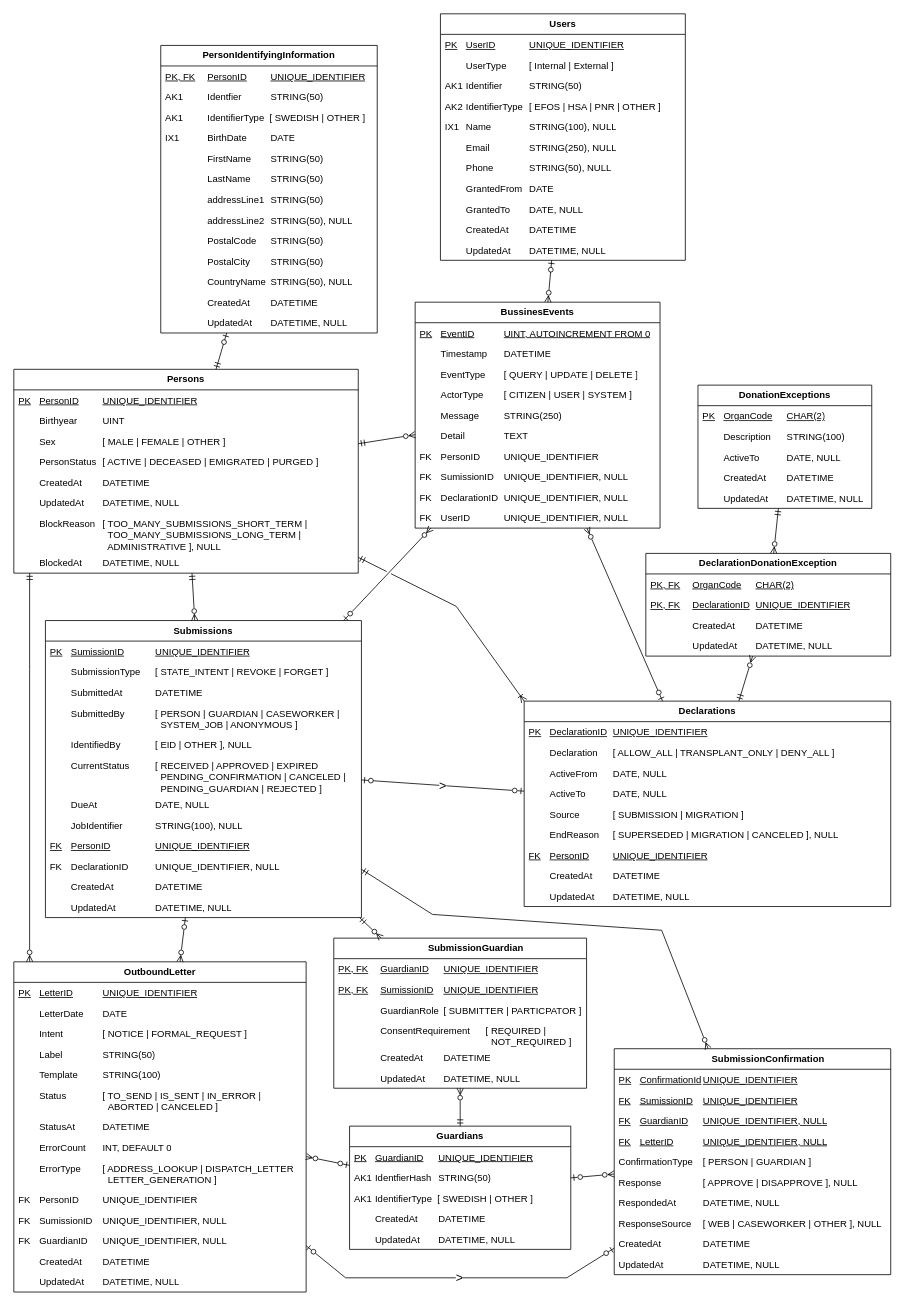
This is page "Stående Logisk modell" (8 of 9) of Donationsregister.drawio from bhagqvist-consid/ICD11, a draw.io file, before an edit. Source tidied: cells renumbered, new cells numbered last; positions are measured from the earlier drawing's top-left corner, leaving out a move shared by most shapes. Both pictures are drawn from the tidied source at 79%, with x=0, y=0 at pixel (13, 13).
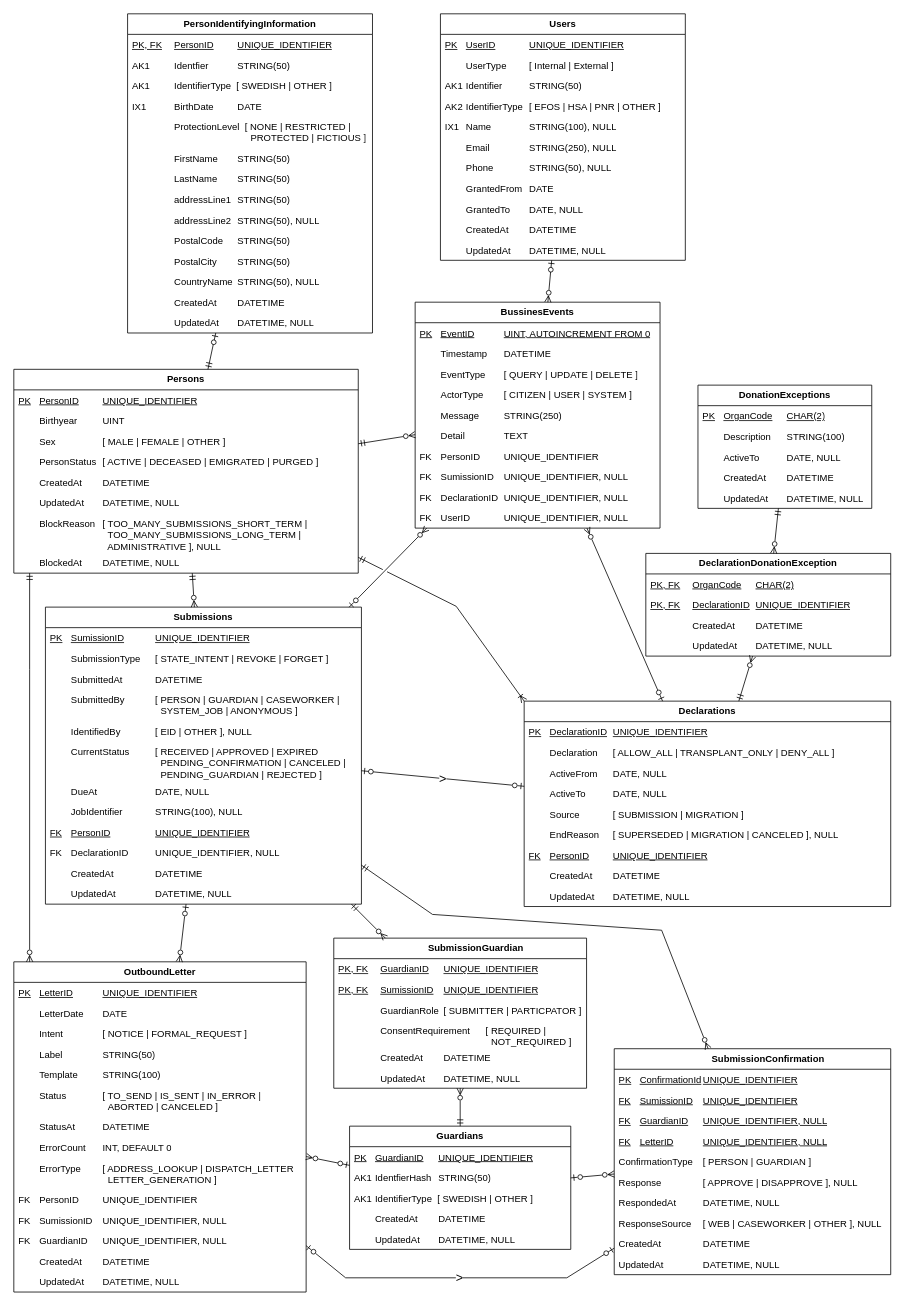
The same diagram, later.

Diff of the diagram source:
```diff
@@
     <mxCell id="11" value="Submissions" style="swimlane;fontStyle=1;horizontal=1;startSize=26;fillColor=none;whiteSpace=wrap;html=1;" parent="1" vertex="1">
-      <mxGeometry x="40" y="768" width="400" height="376" as="geometry" />
+      <mxGeometry x="40" y="751" width="400" height="376" as="geometry" />
     </mxCell>
@@
     <mxCell id="34" value="PersonIdentifyingInformation" style="swimlane;fontStyle=1;horizontal=1;startSize=26;fillColor=none;whiteSpace=wrap;html=1;" parent="1" vertex="1">
-      <mxGeometry x="186" y="40" width="274" height="364" as="geometry" />
+      <mxGeometry x="144" width="310" height="404" as="geometry" />
     </mxCell>
     <mxCell id="35" value="PK, FK&lt;span style=&quot;white-space: pre;&quot;&gt;&#9;&lt;/span&gt;PersonID&lt;span style=&quot;white-space: pre;&quot;&gt;&#9;&lt;/span&gt;&lt;span style=&quot;white-space: pre;&quot;&gt;&#9;&lt;/span&gt;UNIQUE_IDENTIFIER" style="text;strokeColor=none;fillColor=none;align=left;verticalAlign=top;spacingLeft=4;spacingRight=4;overflow=hidden;whiteSpace=wrap;html=1;fontStyle=4;" parent="34" vertex="1">
-      <mxGeometry y="26" width="274" height="26" as="geometry" />
+      <mxGeometry y="26" width="310" height="26" as="geometry" />
     </mxCell>
     <mxCell id="36" value="AK1&lt;span style=&quot;white-space: pre;&quot;&gt;&#9;&lt;span style=&quot;white-space: pre;&quot;&gt;&#9;&lt;/span&gt;&lt;/span&gt;Identfier&lt;span style=&quot;white-space: pre;&quot;&gt;&#9;&lt;/span&gt;&lt;span style=&quot;white-space: pre;&quot;&gt;&#9;&lt;/span&gt;STRING(50)" style="text;strokeColor=none;fillColor=none;align=left;verticalAlign=top;spacingLeft=4;spacingRight=4;overflow=hidden;whiteSpace=wrap;html=1;" parent="34" vertex="1">
-      <mxGeometry y="52" width="274" height="26" as="geometry" />
+      <mxGeometry y="52" width="310" height="26" as="geometry" />
     </mxCell>
     <mxCell id="37" value="AK1&lt;span style=&quot;white-space: pre;&quot;&gt;&#9;&lt;span style=&quot;white-space: pre;&quot;&gt;&#9;&lt;/span&gt;&lt;/span&gt;IdentifierType&amp;nbsp; [ SWEDISH | OTHER ]" style="text;strokeColor=none;fillColor=none;align=left;verticalAlign=top;spacingLeft=4;spacingRight=4;overflow=hidden;whiteSpace=wrap;html=1;" parent="34" vertex="1">
-      <mxGeometry y="78" width="274" height="26" as="geometry" />
+      <mxGeometry y="78" width="310" height="26" as="geometry" />
     </mxCell>
     <mxCell id="38" value="IX1&lt;span style=&quot;white-space: pre;&quot;&gt;&#9;&lt;span style=&quot;white-space: pre;&quot;&gt;&#9;&lt;/span&gt;&lt;/span&gt;BirthDate&lt;span style=&quot;white-space: pre;&quot;&gt;&#9;&lt;/span&gt;&lt;span style=&quot;white-space: pre;&quot;&gt;&#9;&lt;/span&gt;DATE" style="text;strokeColor=none;fillColor=none;align=left;verticalAlign=top;spacingLeft=4;spacingRight=4;overflow=hidden;whiteSpace=wrap;html=1;" parent="34" vertex="1">
-      <mxGeometry y="104" width="274" height="26" as="geometry" />
+      <mxGeometry y="104" width="310" height="26" as="geometry" />
     </mxCell>
+    <mxCell id="139" value="&lt;span style=&quot;white-space: pre;&quot;&gt;&lt;span style=&quot;white-space: pre;&quot;&gt;&#9;&lt;/span&gt;&#9;&lt;/span&gt;ProtectionLevel&amp;nbsp; [ NONE | RESTRICTED |&amp;nbsp;&lt;div&gt;&amp;nbsp; &amp;nbsp; &amp;nbsp; &amp;nbsp; &amp;nbsp; &amp;nbsp; &amp;nbsp; &amp;nbsp; &amp;nbsp; &amp;nbsp; &amp;nbsp; &amp;nbsp; &amp;nbsp; &amp;nbsp; &amp;nbsp; &amp;nbsp; &amp;nbsp; &amp;nbsp; &amp;nbsp; &amp;nbsp; &amp;nbsp; &amp;nbsp; &amp;nbsp;PROTECTED | FICTIOUS ]&lt;/div&gt;" style="text;strokeColor=none;fillColor=none;align=left;verticalAlign=top;spacingLeft=4;spacingRight=4;overflow=hidden;whiteSpace=wrap;html=1;" parent="34" vertex="1">
+      <mxGeometry y="130" width="310" height="40" as="geometry" />
+    </mxCell>
     <mxCell id="39" value="&lt;span style=&quot;white-space: pre;&quot;&gt;&lt;span style=&quot;white-space: pre;&quot;&gt;&#9;&lt;/span&gt;&#9;&lt;/span&gt;FirstName&lt;span style=&quot;white-space: pre;&quot;&gt;&#9;&lt;/span&gt;STRING(50)" style="text;strokeColor=none;fillColor=none;align=left;verticalAlign=top;spacingLeft=4;spacingRight=4;overflow=hidden;whiteSpace=wrap;html=1;" parent="34" vertex="1">
-      <mxGeometry y="130" width="274" height="26" as="geometry" />
+      <mxGeometry y="170" width="310" height="26" as="geometry" />
     </mxCell>
     <mxCell id="40" value="&lt;span style=&quot;white-space: pre;&quot;&gt;&lt;span style=&quot;white-space: pre;&quot;&gt;&#9;&lt;/span&gt;&#9;&lt;/span&gt;LastName&lt;span style=&quot;white-space: pre;&quot;&gt;&#9;&lt;/span&gt;STRING(50)" style="text;strokeColor=none;fillColor=none;align=left;verticalAlign=top;spacingLeft=4;spacingRight=4;overflow=hidden;whiteSpace=wrap;html=1;" parent="34" vertex="1">
-      <mxGeometry y="156" width="274" height="26" as="geometry" />
+      <mxGeometry y="196" width="310" height="26" as="geometry" />
     </mxCell>
     <mxCell id="41" value="&lt;span style=&quot;white-space: pre;&quot;&gt;&lt;span style=&quot;white-space: pre;&quot;&gt;&#9;&lt;/span&gt;&#9;&lt;/span&gt;addressLine1&lt;span style=&quot;white-space: pre;&quot;&gt;&#9;&lt;/span&gt;STRING(50)" style="text;strokeColor=none;fillColor=none;align=left;verticalAlign=top;spacingLeft=4;spacingRight=4;overflow=hidden;whiteSpace=wrap;html=1;" parent="34" vertex="1">
-      <mxGeometry y="182" width="274" height="26" as="geometry" />
+      <mxGeometry y="222" width="310" height="26" as="geometry" />
     </mxCell>
     <mxCell id="42" value="&lt;span style=&quot;white-space: pre;&quot;&gt;&lt;span style=&quot;white-space: pre;&quot;&gt;&#9;&lt;/span&gt;&#9;&lt;/span&gt;addressLine2&lt;span style=&quot;white-space: pre;&quot;&gt;&#9;&lt;/span&gt;STRING(50), NULL" style="text;strokeColor=none;fillColor=none;align=left;verticalAlign=top;spacingLeft=4;spacingRight=4;overflow=hidden;whiteSpace=wrap;html=1;" parent="34" vertex="1">
-      <mxGeometry y="208" width="274" height="26" as="geometry" />
+      <mxGeometry y="248" width="310" height="26" as="geometry" />
     </mxCell>
     <mxCell id="43" value="&lt;span style=&quot;white-space: pre;&quot;&gt;&lt;span style=&quot;white-space: pre;&quot;&gt;&#9;&lt;/span&gt;&#9;&lt;/span&gt;PostalCode&lt;span style=&quot;white-space: pre;&quot;&gt;&#9;&lt;/span&gt;STRING(50)" style="text;strokeColor=none;fillColor=none;align=left;verticalAlign=top;spacingLeft=4;spacingRight=4;overflow=hidden;whiteSpace=wrap;html=1;" parent="34" vertex="1">
-      <mxGeometry y="234" width="274" height="26" as="geometry" />
+      <mxGeometry y="274" width="310" height="26" as="geometry" />
     </mxCell>
     <mxCell id="44" value="&lt;span style=&quot;white-space: pre;&quot;&gt;&lt;span style=&quot;white-space: pre;&quot;&gt;&#9;&lt;/span&gt;&#9;&lt;/span&gt;PostalCity&lt;span style=&quot;white-space: pre;&quot;&gt;&#9;&lt;/span&gt;STRING(50)" style="text;strokeColor=none;fillColor=none;align=left;verticalAlign=top;spacingLeft=4;spacingRight=4;overflow=hidden;whiteSpace=wrap;html=1;" parent="34" vertex="1">
-      <mxGeometry y="260" width="274" height="26" as="geometry" />
+      <mxGeometry y="300" width="310" height="26" as="geometry" />
     </mxCell>
     <mxCell id="45" value="&lt;span style=&quot;white-space: pre;&quot;&gt;&lt;span style=&quot;white-space: pre;&quot;&gt;&#9;&lt;/span&gt;&#9;&lt;/span&gt;CountryName&lt;span style=&quot;white-space: pre;&quot;&gt;&#9;&lt;/span&gt;STRING(50), NULL" style="text;strokeColor=none;fillColor=none;align=left;verticalAlign=top;spacingLeft=4;spacingRight=4;overflow=hidden;whiteSpace=wrap;html=1;" parent="34" vertex="1">
-      <mxGeometry y="286" width="274" height="26" as="geometry" />
+      <mxGeometry y="326" width="310" height="26" as="geometry" />
     </mxCell>
     <mxCell id="46" value="&lt;span style=&quot;white-space: pre;&quot;&gt;&lt;span style=&quot;white-space: pre;&quot;&gt;&#9;&lt;/span&gt;&#9;&lt;/span&gt;CreatedAt&amp;nbsp; &lt;span style=&quot;white-space: pre;&quot;&gt;&#9;&lt;/span&gt;DATETIME" style="text;strokeColor=none;fillColor=none;align=left;verticalAlign=top;spacingLeft=4;spacingRight=4;overflow=hidden;whiteSpace=wrap;html=1;" parent="34" vertex="1">
-      <mxGeometry y="312" width="274" height="26" as="geometry" />
+      <mxGeometry y="352" width="310" height="26" as="geometry" />
     </mxCell>
     <mxCell id="47" value="&lt;span style=&quot;white-space: pre;&quot;&gt;&lt;span style=&quot;white-space: pre;&quot;&gt;&#9;&lt;/span&gt;&#9;&lt;/span&gt;UpdatedAt&amp;nbsp; &lt;span style=&quot;white-space: pre;&quot;&gt;&#9;&lt;/span&gt;DATETIME, NULL" style="text;strokeColor=none;fillColor=none;align=left;verticalAlign=top;spacingLeft=4;spacingRight=4;overflow=hidden;whiteSpace=wrap;html=1;" parent="34" vertex="1">
-      <mxGeometry y="338" width="274" height="26" as="geometry" />
+      <mxGeometry y="378" width="310" height="26" as="geometry" />
     </mxCell>
```
